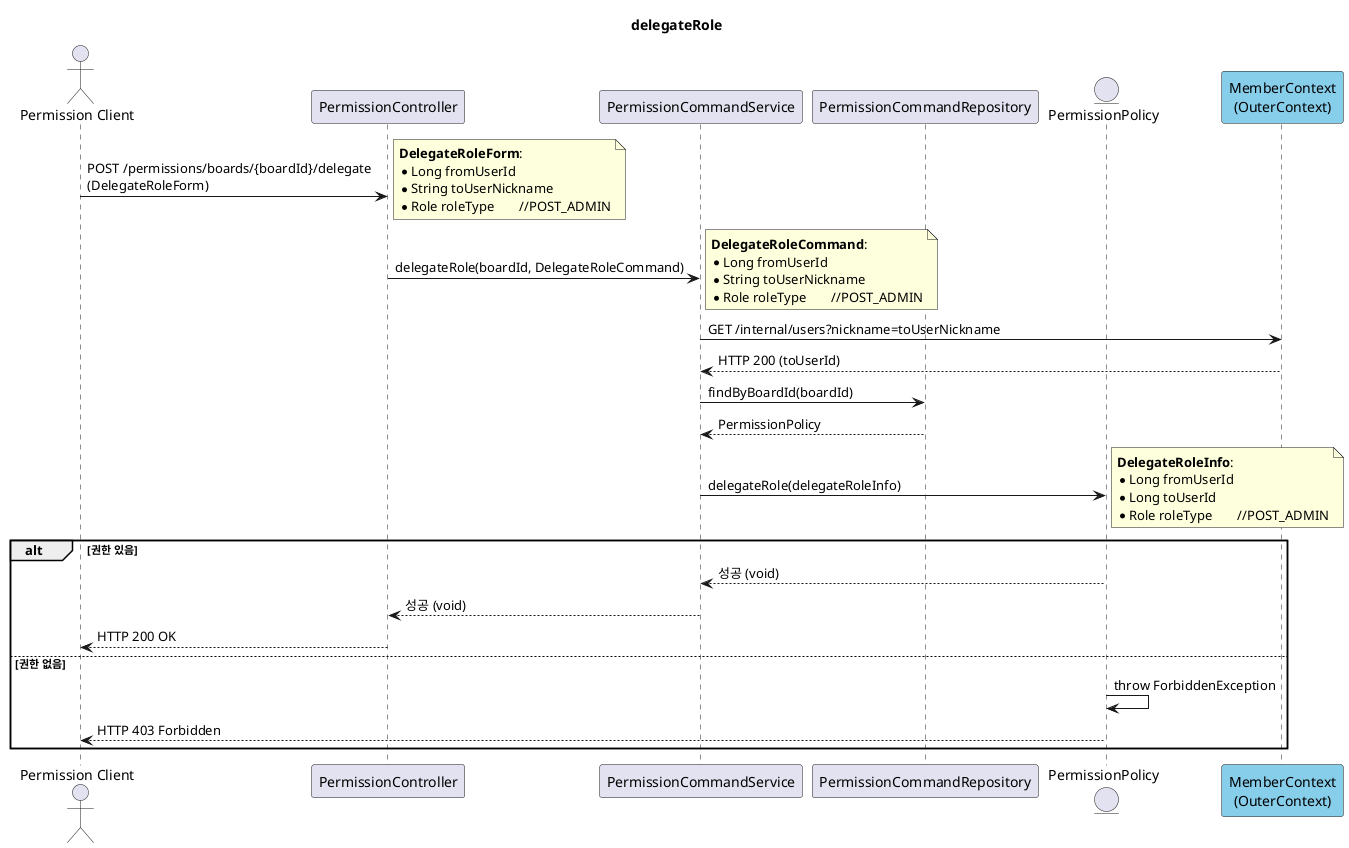
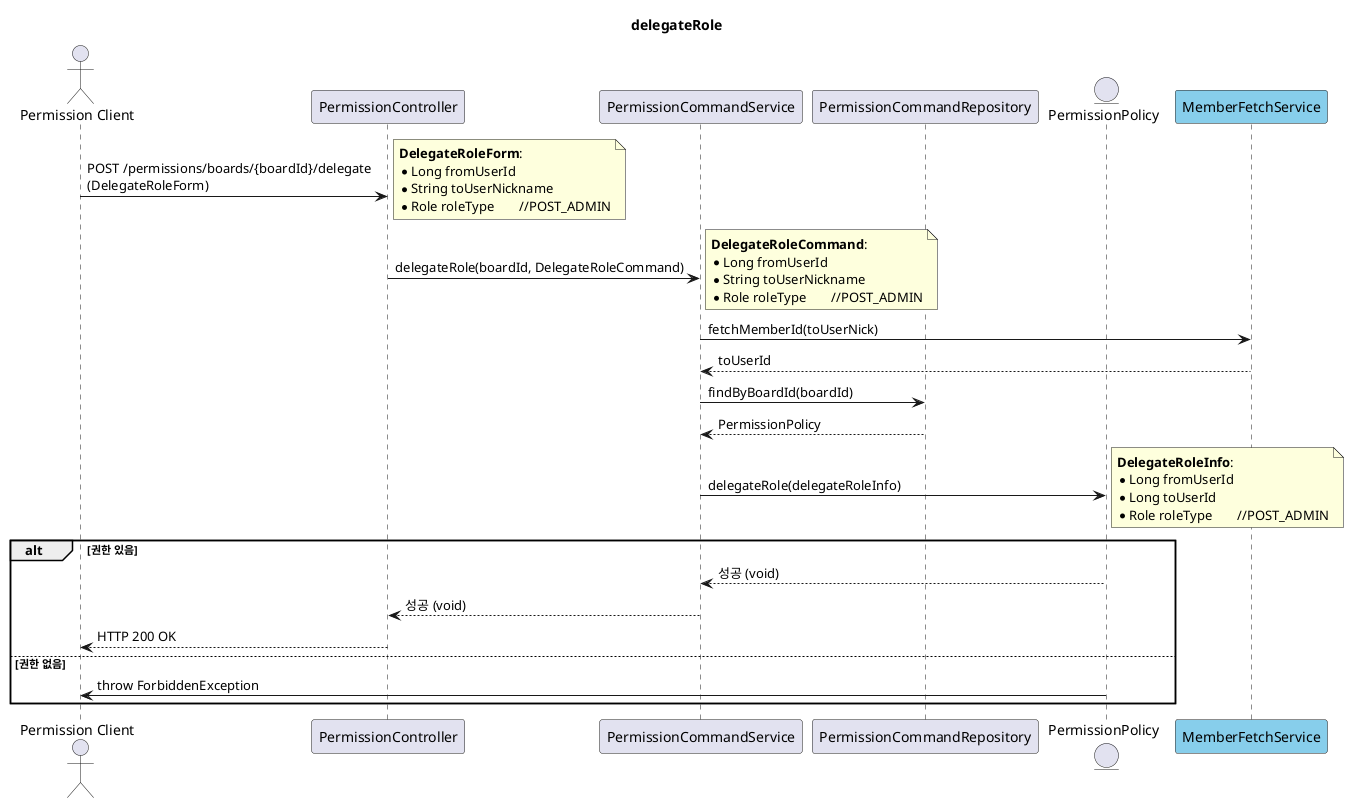
@startuml
title delegateRole

actor PermissionClient as "Permission Client"
participant PermissionController
participant PermissionCommandService
participant PermissionCommandRepository
entity PermissionPolicy

- participant MemberContext as "MemberContext\n(OuterContext)" #skyblue
+ participant MemberFetchService #skyblue


PermissionClient -> PermissionController : POST /permissions/boards/{boardId}/delegate\n(DelegateRoleForm)
note right
<b>DelegateRoleForm</b>:
*Long fromUserId
*String toUserNickname
*Role roleType   \t//POST_ADMIN
end note

PermissionController -> PermissionCommandService : delegateRole(boardId, DelegateRoleCommand)
note right
<b>DelegateRoleCommand</b>:
*Long fromUserId
*String toUserNickname
*Role roleType   \t//POST_ADMIN
end note

- PermissionCommandService -> MemberContext : GET /internal/users?nickname=toUserNickname
+ PermissionCommandService -> MemberFetchService : fetchMemberId(toUserNick)

- MemberContext --> PermissionCommandService : HTTP 200 (toUserId)
+ MemberFetchService --> PermissionCommandService : toUserId

PermissionCommandService -> PermissionCommandRepository : findByBoardId(boardId)
PermissionCommandRepository --> PermissionCommandService : PermissionPolicy

PermissionCommandService -> PermissionPolicy : delegateRole(delegateRoleInfo)
note right
<b>DelegateRoleInfo</b>:
*Long fromUserId
*Long toUserId
*Role roleType   \t//POST_ADMIN
end note

alt 권한 있음
  PermissionPolicy --> PermissionCommandService : 성공 (void)
  PermissionCommandService --> PermissionController : 성공 (void)
  PermissionController --> PermissionClient : HTTP 200 OK
else 권한 없음
-   PermissionPolicy -> PermissionPolicy : throw ForbiddenException
-   PermissionPolicy --> PermissionClient : HTTP 403 Forbidden
+   PermissionPolicy -> PermissionClient : throw ForbiddenException
end

@enduml